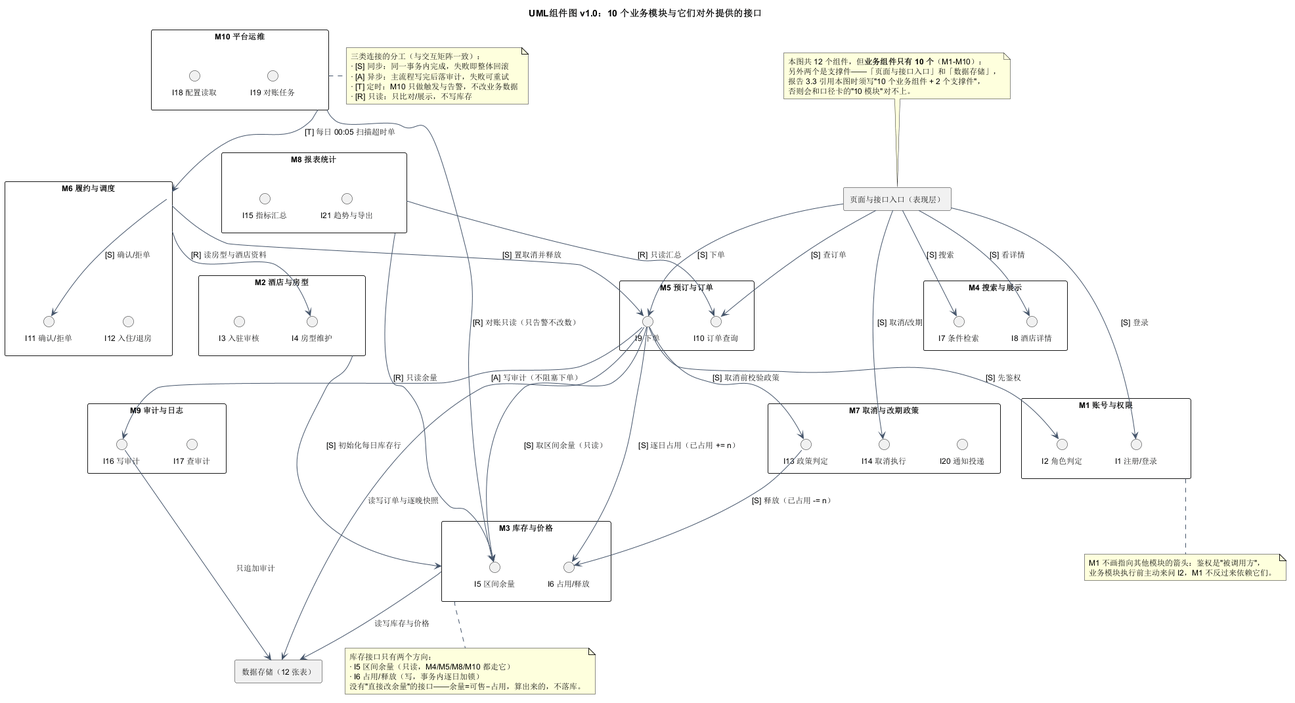
Above: exp2/UML/UML组件图.png in ChenYiFanAccount/softeng-lab1-requirements (PlantUML), before the change.
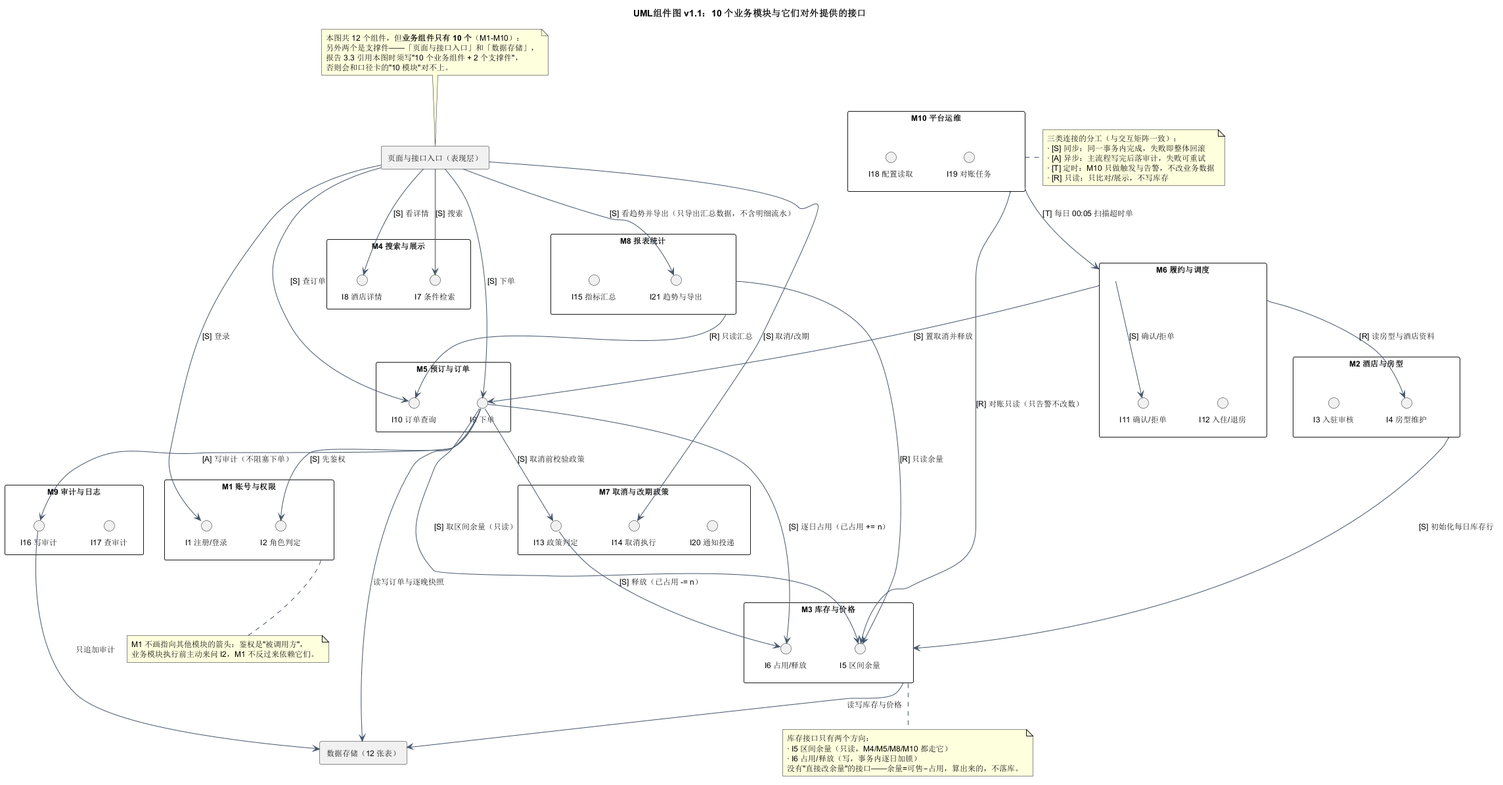
Above is the later version.

Diff of the diagram source:
```diff
@@ -1,5 +1,5 @@
 @startuml
-title UML组件图 v1.0：10 个业务模块与它们对外提供的接口
+title UML组件图 v1.1：10 个业务模块与它们对外提供的接口
 
 skinparam shadowing false
 skinparam defaultFontSize 12
@@ -67,6 +67,7 @@
 WEB --> I9 : [S] 下单
 WEB --> I10 : [S] 查订单
 WEB --> I14 : [S] 取消/改期
+WEB --> I21 : [S] 看趋势并导出（只导出汇总数据，不含明细流水）
 
 I9 --> I2 : [S] 先鉴权
 I9 --> I5 : [S] 取区间余量（只读）
```
